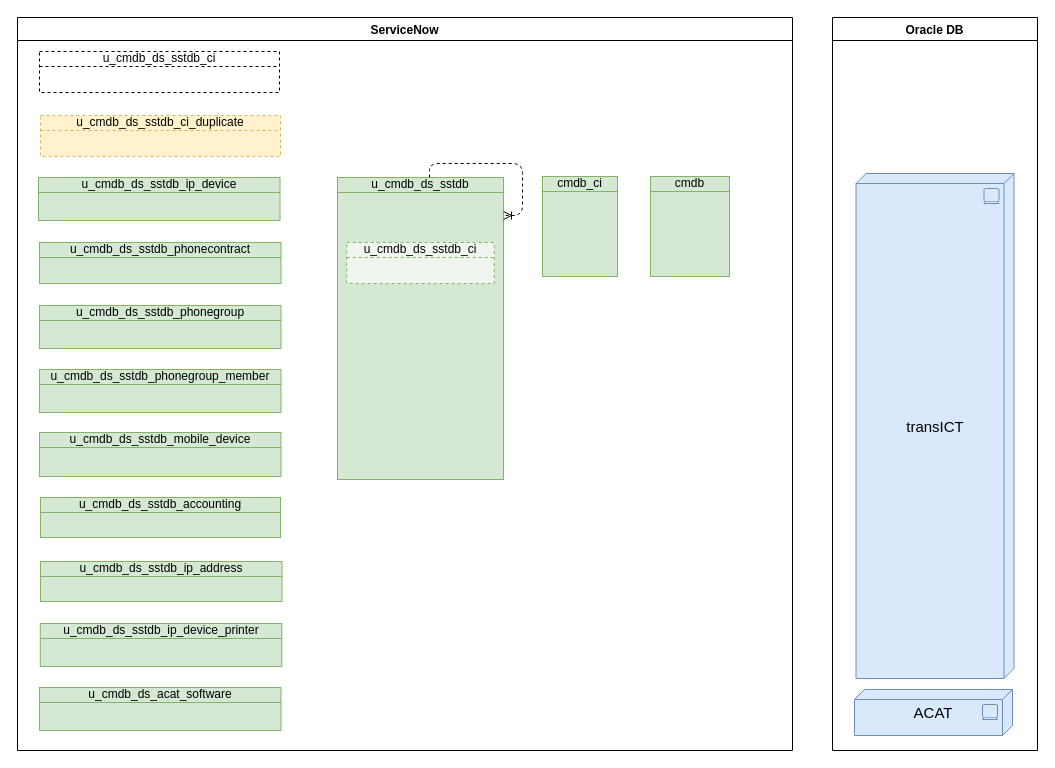
algimas/tmp keeps this draw.io diagram as page "Page-1" (1 of 2) of DBsReClassV1.drawio. Above is the earlier version. Source tidied: cells renumbered, new cells numbered last; positions are measured from the earlier drawing's top-left corner, leaving out a move shared by most shapes. Both pictures are drawn from the tidied source at 100%, with x=0, y=0 at pixel (17, 17).
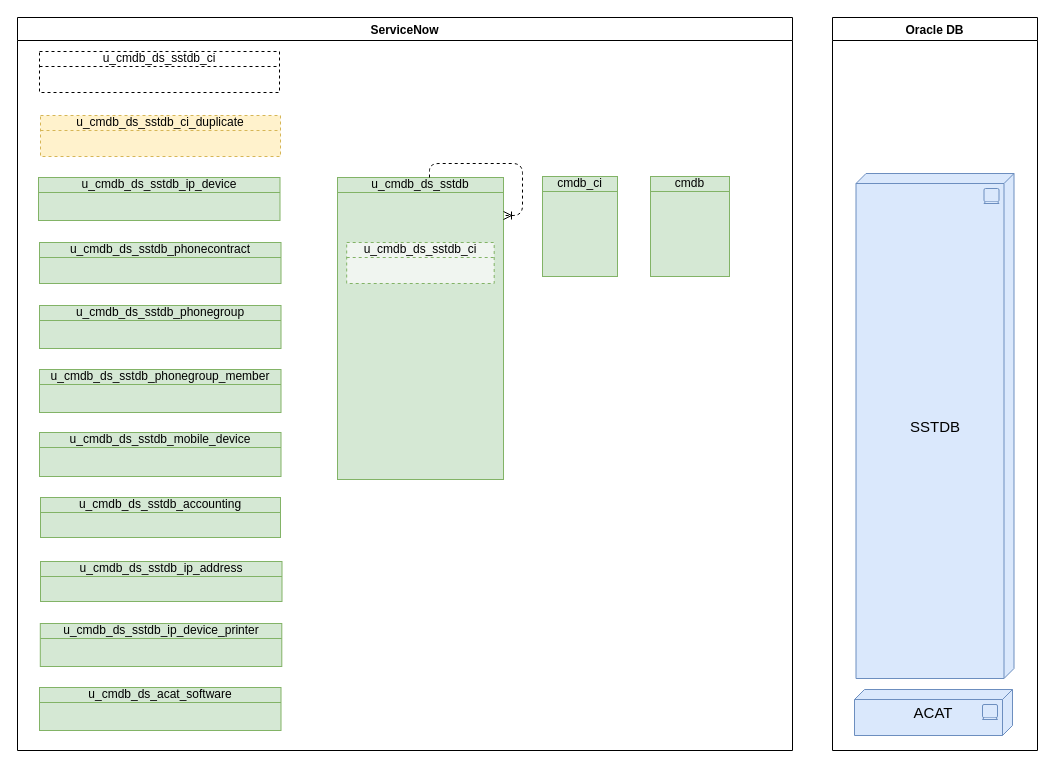
The same diagram, later.

The change refers to these unchanged cells:
```xml
<mxCell id="19" value="Oracle DB" style="swimlane;" parent="1" vertex="1">
  <mxGeometry x="815" width="205" height="733" as="geometry" />
</mxCell>
```

Change to the diagram source:
```diff
@@
-    <mxCell id="20" value="transICT&lt;div style=&quot;font-size: 15px;&quot;&gt;&lt;/div&gt;" style="html=1;whiteSpace=wrap;fillColor=#dae8fc;shape=mxgraph.archimate3.tech;techType=device;fontSize=15;strokeColor=#6c8ebf;verticalAlign=middle;" parent="19" vertex="1">
+    <mxCell id="20" value="SSTDB&lt;div style=&quot;font-size: 15px;&quot;&gt;&lt;/div&gt;" style="html=1;whiteSpace=wrap;fillColor=#dae8fc;shape=mxgraph.archimate3.tech;techType=device;fontSize=15;strokeColor=#6c8ebf;verticalAlign=middle;" parent="19" vertex="1">
       <mxGeometry x="23.5" y="156" width="158" height="505" as="geometry" />
     </mxCell>
```
